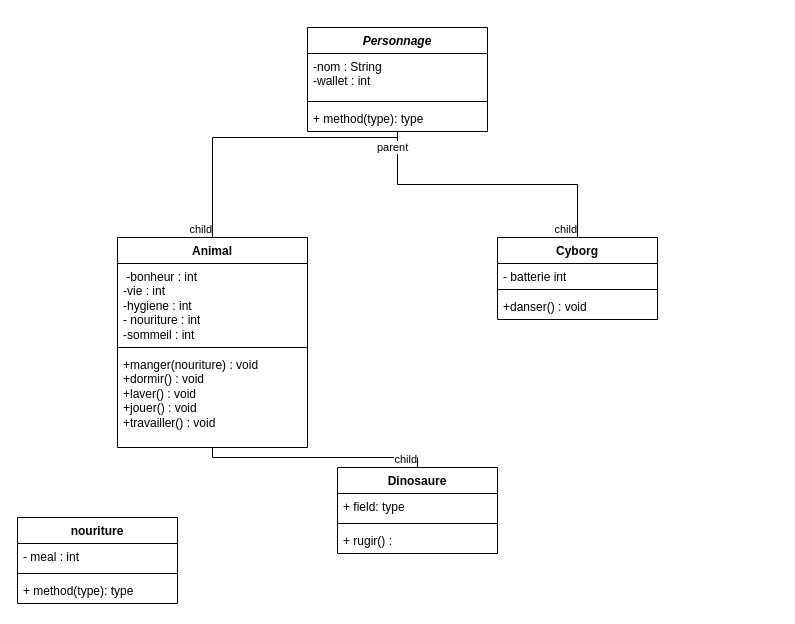
This is page "Page-2" (2 of 2) of Diagram.drawio from BMaurice56/Tamagotchi, a draw.io file, before an edit. Source tidied: cells renumbered, new cells numbered last; positions are measured from the earlier drawing's top-left corner, leaving out a move shared by most shapes. Both pictures are drawn from the tidied source at 100%, with x=0, y=0 at pixel (17, 27).
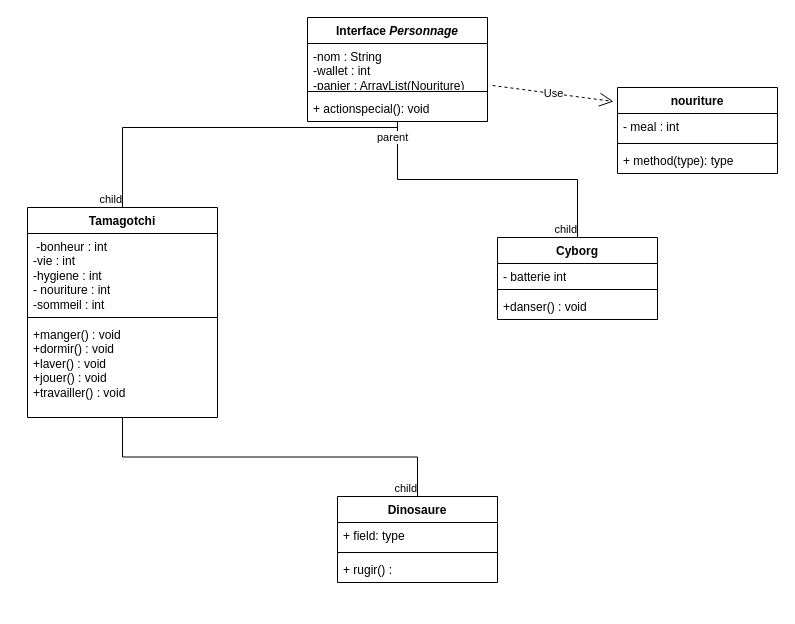
The same page after the edit.

Commit message:
Mettre à jour Diagram.drawio

Change to the diagram source:
```diff
@@
-    <mxCell id="2" value="&lt;i&gt;Personnage&lt;/i&gt;" style="swimlane;fontStyle=1;align=center;verticalAlign=top;horizontal=1;startSize=26;whiteSpace=wrap;html=1;" parent="1" vertex="1">
-      <mxGeometry x="290" width="180" height="104" as="geometry" />
+    <mxCell id="2" value="Interface &lt;i&gt;Personnage&lt;/i&gt;" style="swimlane;fontStyle=1;align=center;verticalAlign=top;horizontal=1;startSize=26;whiteSpace=wrap;html=1;" parent="1" vertex="1">
+      <mxGeometry x="290" y="-10" width="180" height="104" as="geometry" />
     </mxCell>
-    <mxCell id="3" value="&lt;div&gt;-nom : String&lt;/div&gt;&lt;div&gt;-wallet : int &lt;br&gt;&lt;/div&gt;" style="text;strokeColor=none;fillColor=none;align=left;verticalAlign=top;spacingLeft=4;spacingRight=4;overflow=hidden;points=[[0,0.5],[1,0.5]];portConstraint=eastwest;whiteSpace=wrap;html=1;" parent="2" vertex="1">
+    <mxCell id="3" value="&lt;div&gt;-nom : String&lt;/div&gt;&lt;div&gt;-wallet : int&lt;/div&gt;&lt;div&gt;-panier : ArrayList(Nouriture) &lt;br&gt;&lt;/div&gt;" style="text;strokeColor=none;fillColor=none;align=left;verticalAlign=top;spacingLeft=4;spacingRight=4;overflow=hidden;points=[[0,0.5],[1,0.5]];portConstraint=eastwest;whiteSpace=wrap;html=1;" parent="2" vertex="1">
       <mxGeometry y="26" width="180" height="44" as="geometry" />
     </mxCell>
@@
-    <mxCell id="5" value="+ method(type): type" style="text;strokeColor=none;fillColor=none;align=left;verticalAlign=top;spacingLeft=4;spacingRight=4;overflow=hidden;points=[[0,0.5],[1,0.5]];portConstraint=eastwest;whiteSpace=wrap;html=1;" parent="2" vertex="1">
+    <mxCell id="5" value="+ actionspecial(): void" style="text;strokeColor=none;fillColor=none;align=left;verticalAlign=top;spacingLeft=4;spacingRight=4;overflow=hidden;points=[[0,0.5],[1,0.5]];portConstraint=eastwest;whiteSpace=wrap;html=1;" parent="2" vertex="1">
       <mxGeometry y="78" width="180" height="26" as="geometry" />
     </mxCell>
     <mxCell id="6" value="Dinosaure" style="swimlane;fontStyle=1;align=center;verticalAlign=top;horizontal=1;startSize=26;whiteSpace=wrap;html=1;" parent="1" vertex="1">
-      <mxGeometry x="320" y="440" width="160" height="86" as="geometry" />
+      <mxGeometry x="320" y="469" width="160" height="86" as="geometry" />
     </mxCell>
@@
-    <mxCell id="14" value="Animal" style="swimlane;fontStyle=1;align=center;verticalAlign=top;horizontal=1;startSize=26;whiteSpace=wrap;html=1;" parent="1" vertex="1">
-      <mxGeometry x="100" y="210" width="190" height="210" as="geometry" />
+    <mxCell id="14" value="Tamagotchi" style="swimlane;fontStyle=1;align=center;verticalAlign=top;horizontal=1;startSize=26;whiteSpace=wrap;html=1;" parent="1" vertex="1">
+      <mxGeometry x="10" y="180" width="190" height="210" as="geometry" />
     </mxCell>
@@
-    <mxCell id="17" value="&lt;div&gt;+manger(nouriture) : void&lt;/div&gt;&lt;div&gt;+dormir() : void&lt;/div&gt;&lt;div&gt;+laver() : void&lt;/div&gt;&lt;div&gt;+jouer() : void&lt;/div&gt;&lt;div&gt;+travailler() : void&lt;br&gt;&lt;/div&gt;" style="text;strokeColor=none;fillColor=none;align=left;verticalAlign=top;spacingLeft=4;spacingRight=4;overflow=hidden;whiteSpace=wrap;html=1;" parent="14" vertex="1">
+    <mxCell id="17" value="&lt;div&gt;+manger() : void&lt;/div&gt;&lt;div&gt;+dormir() : void&lt;/div&gt;&lt;div&gt;+laver() : void&lt;/div&gt;&lt;div&gt;+jouer() : void&lt;/div&gt;&lt;div&gt;+travailler() : void&lt;br&gt;&lt;/div&gt;" style="text;strokeColor=none;fillColor=none;align=left;verticalAlign=top;spacingLeft=4;spacingRight=4;overflow=hidden;whiteSpace=wrap;html=1;" parent="14" vertex="1">
       <mxGeometry y="114" width="190" height="96" as="geometry" />
     </mxCell>
@@
     <mxCell id="25" value="nouriture" style="swimlane;fontStyle=1;align=center;verticalAlign=top;horizontal=1;startSize=26;whiteSpace=wrap;html=1;" parent="1" vertex="1">
-      <mxGeometry y="490" width="160" height="86" as="geometry" />
+      <mxGeometry x="600" y="60" width="160" height="86" as="geometry" />
     </mxCell>
@@
+    <mxCell id="29" value="Use" style="endArrow=open;endSize=12;dashed=1;html=1;rounded=0;exitX=1.028;exitY=0.955;exitDx=0;exitDy=0;exitPerimeter=0;entryX=-0.025;entryY=0.163;entryDx=0;entryDy=0;entryPerimeter=0;" parent="1" edge="1" source="3" target="25">
+      <mxGeometry relative="1" as="geometry" />
+    </mxCell>
```
